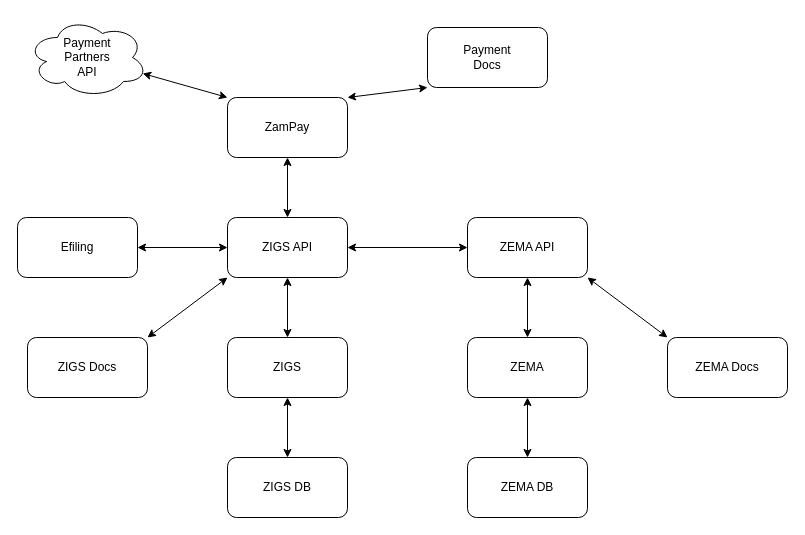
Above: межсервисноевзаимодействие.drawio in Paremir/Asp.Net-2 (draw.io), before the change. Source tidied: cells renumbered, new cells numbered last; positions are measured from the earlier drawing's top-left corner, leaving out a move shared by most shapes. Both pictures are drawn from the tidied source at 100%, with x=0, y=0 at pixel (17, 17).
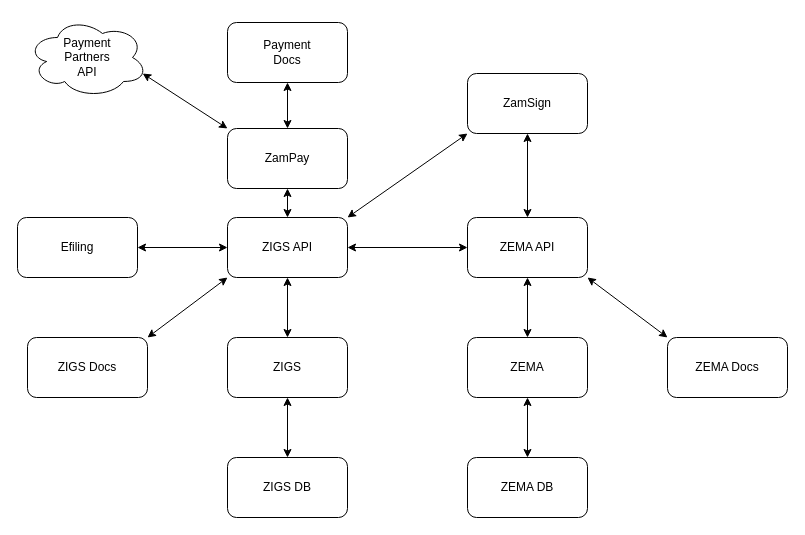
The same page after the edit.

The change refers to these unchanged cells:
```xml
<mxCell id="3" value="ZIGS API" style="rounded=1;whiteSpace=wrap;html=1;" parent="1" vertex="1">
  <mxGeometry x="210" y="200" width="120" height="60" as="geometry" />
</mxCell>
<mxCell id="10" value="ZEMA API" style="rounded=1;whiteSpace=wrap;html=1;" parent="1" vertex="1">
  <mxGeometry x="450" y="200" width="120" height="60" as="geometry" />
</mxCell>
```

The edit, as a diff of the source:
```diff
@@
     <mxCell id="5" value="ZamPay" style="rounded=1;whiteSpace=wrap;html=1;" parent="1" vertex="1">
-      <mxGeometry x="210" y="80" width="120" height="60" as="geometry" />
+      <mxGeometry x="210" y="111" width="120" height="60" as="geometry" />
     </mxCell>
@@
     <mxCell id="7" value="Payment&lt;br&gt;Docs" style="rounded=1;whiteSpace=wrap;html=1;" parent="1" vertex="1">
-      <mxGeometry x="410" y="10" width="120" height="60" as="geometry" />
+      <mxGeometry x="210" y="5" width="120" height="60" as="geometry" />
     </mxCell>
@@
-    <mxCell id="18" style="endArrow=classic;startArrow=classic;html=1;rounded=0;entryX=0;entryY=1;entryDx=0;entryDy=0;exitX=1;exitY=0;exitDx=0;exitDy=0;" parent="1" edge="1" source="5" target="7">
+    <mxCell id="18" style="endArrow=classic;startArrow=classic;html=1;rounded=0;entryX=0.5;entryY=1;entryDx=0;entryDy=0;exitX=0.5;exitY=0;exitDx=0;exitDy=0;" parent="1" edge="1" source="5" target="7">
       <mxGeometry relative="1" as="geometry" />
     </mxCell>
@@
+    <mxCell id="25" value="ZamSign" style="rounded=1;whiteSpace=wrap;html=1;" parent="1" vertex="1">
+      <mxGeometry x="450" y="56" width="120" height="60" as="geometry" />
+    </mxCell>
+    <mxCell id="26" style="endArrow=classic;startArrow=classic;html=1;rounded=0;entryX=0.5;entryY=1;entryDx=0;entryDy=0;exitX=0.5;exitY=0;exitDx=0;exitDy=0;" parent="1" edge="1" source="10" target="25">
+      <mxGeometry relative="1" as="geometry" />
+    </mxCell>
+    <mxCell id="27" style="endArrow=classic;startArrow=classic;html=1;rounded=0;entryX=0;entryY=1;entryDx=0;entryDy=0;exitX=1;exitY=0;exitDx=0;exitDy=0;" parent="1" edge="1" source="3" target="25">
+      <mxGeometry relative="1" as="geometry" />
+    </mxCell>
```
